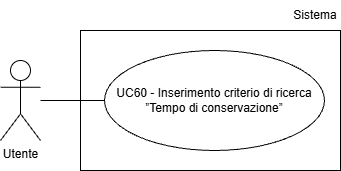
Above: assets/Use_Case_Diagrams/UC60.png in Team-Three-Technologies/Documenti (draw.io), before the change. Source tidied: cells renumbered, new cells last; positions are measured from the earlier drawing's top-left corner, leaving out a move shared by most shapes. Its diagram source:
```xml
<mxGraphModel>
  <root>
    <mxCell id="0" />
    <mxCell id="1" parent="0" />
    <mxCell id="2" value="Utente" style="shape=umlActor;verticalLabelPosition=bottom;verticalAlign=top;html=1;outlineConnect=0;" parent="1" vertex="1">
      <mxGeometry y="60" width="40" height="80" as="geometry" />
    </mxCell>
    <mxCell id="3" value="UC60 - Inserimento criterio di ricerca ”Tempo di conservazione”" style="ellipse;whiteSpace=wrap;html=1;align=center;" parent="1" vertex="1">
      <mxGeometry x="104" y="50" width="220" height="100" as="geometry" />
    </mxCell>
    <mxCell id="4" style="endArrow=none;html=1;rounded=0;entryX=0;entryY=0.5;entryDx=0;entryDy=0;" parent="1" edge="1" target="3">
      <mxGeometry relative="1" as="geometry">
        <mxPoint x="40" y="100" as="sourcePoint" />
      </mxGeometry>
    </mxCell>
    <mxCell id="5" style="rounded=0;whiteSpace=wrap;html=1;fillColor=none;" parent="1" vertex="1">
      <mxGeometry x="80" y="30" width="260" height="140" as="geometry" />
    </mxCell>
    <mxCell id="6" value="Sistema" style="text;html=1;whiteSpace=wrap;strokeColor=none;fillColor=none;align=center;verticalAlign=middle;rounded=0;" parent="1" vertex="1">
      <mxGeometry x="290" width="50" height="30" as="geometry" />
    </mxCell>
  </root>
</mxGraphModel>
```
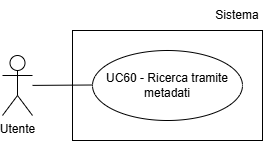
Later version of the same file.

Diff of the diagram source:
```diff
@@ -2,22 +2,22 @@
   <root>
     <mxCell id="0" />
     <mxCell id="1" parent="0" />
+    <mxCell id="7" value="UC60 - Ricerca tramite metadati" style="ellipse;whiteSpace=wrap;html=1;" parent="1" vertex="1">
+      <mxGeometry x="130" y="30" width="150" height="70" as="geometry" />
+    </mxCell>
     <mxCell id="2" value="Utente" style="shape=umlActor;verticalLabelPosition=bottom;verticalAlign=top;html=1;outlineConnect=0;" parent="1" vertex="1">
-      <mxGeometry y="60" width="40" height="80" as="geometry" />
+      <mxGeometry x="40" y="35" width="30" height="60" as="geometry" />
     </mxCell>
-    <mxCell id="3" value="UC60 - Inserimento criterio di ricerca ”Tempo di conservazione”" style="ellipse;whiteSpace=wrap;html=1;align=center;" parent="1" vertex="1">
-      <mxGeometry x="104" y="50" width="220" height="100" as="geometry" />
-    </mxCell>
-    <mxCell id="4" style="endArrow=none;html=1;rounded=0;entryX=0;entryY=0.5;entryDx=0;entryDy=0;" parent="1" edge="1" target="3">
-      <mxGeometry relative="1" as="geometry">
-        <mxPoint x="40" y="100" as="sourcePoint" />
-      </mxGeometry>
-    </mxCell>
-    <mxCell id="5" style="rounded=0;whiteSpace=wrap;html=1;fillColor=none;" parent="1" vertex="1">
-      <mxGeometry x="80" y="30" width="260" height="140" as="geometry" />
-    </mxCell>
+    <mxCell id="8" style="endArrow=none;html=1;rounded=0;entryX=0;entryY=0.5;entryDx=0;entryDy=0;" parent="1" edge="1" source="2">
+      <mxGeometry relative="1" as="geometry">
+        <mxPoint x="130" y="64.5" as="targetPoint" />
+      </mxGeometry>
+    </mxCell>
+    <mxCell id="9" style="rounded=0;whiteSpace=wrap;html=1;fillColor=none;" parent="1" vertex="1">
+      <mxGeometry x="110" y="10" width="190" height="110" as="geometry" />
+    </mxCell>
     <mxCell id="6" value="Sistema" style="text;html=1;whiteSpace=wrap;strokeColor=none;fillColor=none;align=center;verticalAlign=middle;rounded=0;" parent="1" vertex="1">
-      <mxGeometry x="290" width="50" height="30" as="geometry" />
+      <mxGeometry x="250" y="-20" width="50" height="30" as="geometry" />
     </mxCell>
   </root>
 </mxGraphModel>
```
